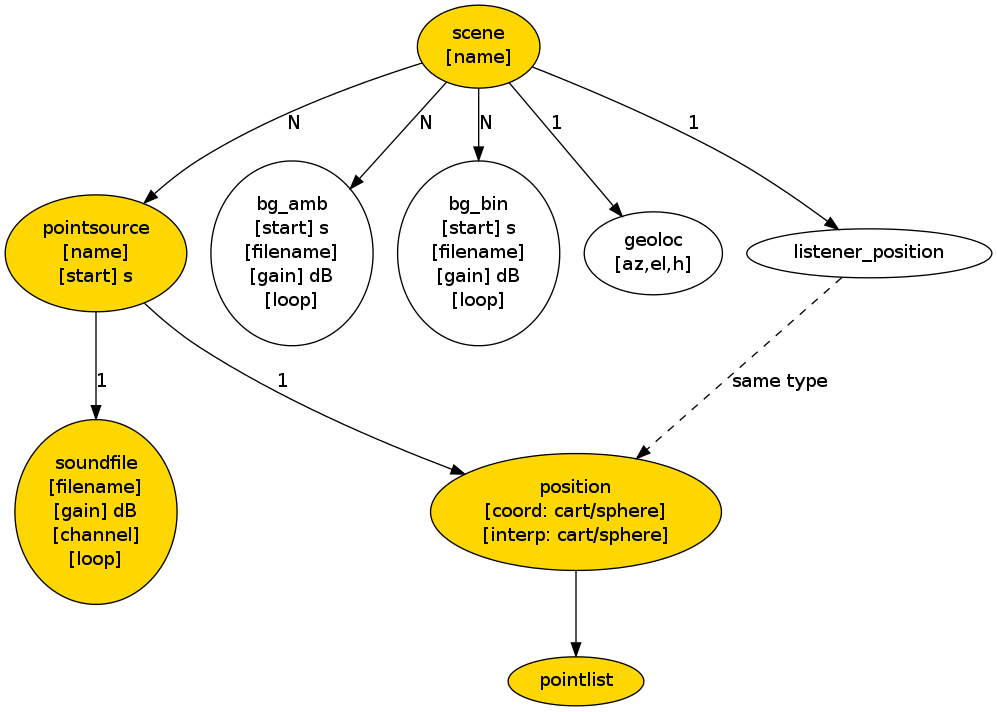
This is doc/filestructure.png from HoerTech-gGmbH/tascar, a Graphviz export, as it was before one commit. Its source is kept beside it as doc/filestructure.dot.
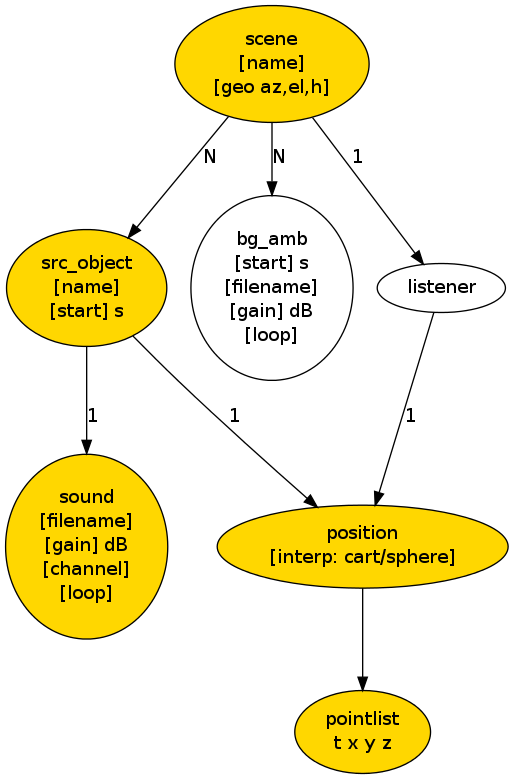
Later version of the same file.

The edit, as a diff of the source:
```diff
@@ -1,25 +1,21 @@
 digraph ap {
 
-  scene [label="scene\n[name]\n",style="filled",fillcolor="gold"];
-  source [label="pointsource\n[name]\n[start] s",style="filled",fillcolor="gold"];
-  sound [label="soundfile\n[filename]\n[gain] dB\n[channel]\n[loop]",style="filled",fillcolor="gold"];
+  scene [label="scene\n[name]\n[geo az,el,h]",style="filled",fillcolor="gold"];
+  source [label="src_object\n[name]\n[start] s",style="filled",fillcolor="gold"];
+  sound [label="sound\n[filename]\n[gain] dB\n[channel]\n[loop]",style="filled",fillcolor="gold"];
   bg_amb [label="bg_amb\n[start] s\n[filename]\n[gain] dB\n[loop]"];
-  bg_bin [label="bg_bin\n[start] s\n[filename]\n[gain] dB\n[loop]"];
-  geoloc [label="geoloc\n[az,el,h]"];
-  pointlist [style="filled",fillcolor="gold"];
-
-  position [label="position\n[coord: cart/sphere]\n[interp: cart/sphere]",style="filled",fillcolor="gold"];
-  center [label="listener_position"];
+  pointlist [label="pointlist\nt x y z",style="filled",fillcolor="gold"];
+  position [label="position\n[interp: cart/sphere]",style="filled",fillcolor="gold"];
+  center [label="listener"];
 
 
-  scene -> geoloc [label="1"];
+
   scene -> bg_amb [label="N"];
-  scene -> bg_bin [label="N"];
   scene -> center [label="1"];
   scene -> source [label="N"];
   source -> position [label="1"];
   source -> sound [label="1"];
-  center -> position [style="dashed",label="same type"];
+  center -> position [label="1"];
   position -> pointlist
 
 }
```
